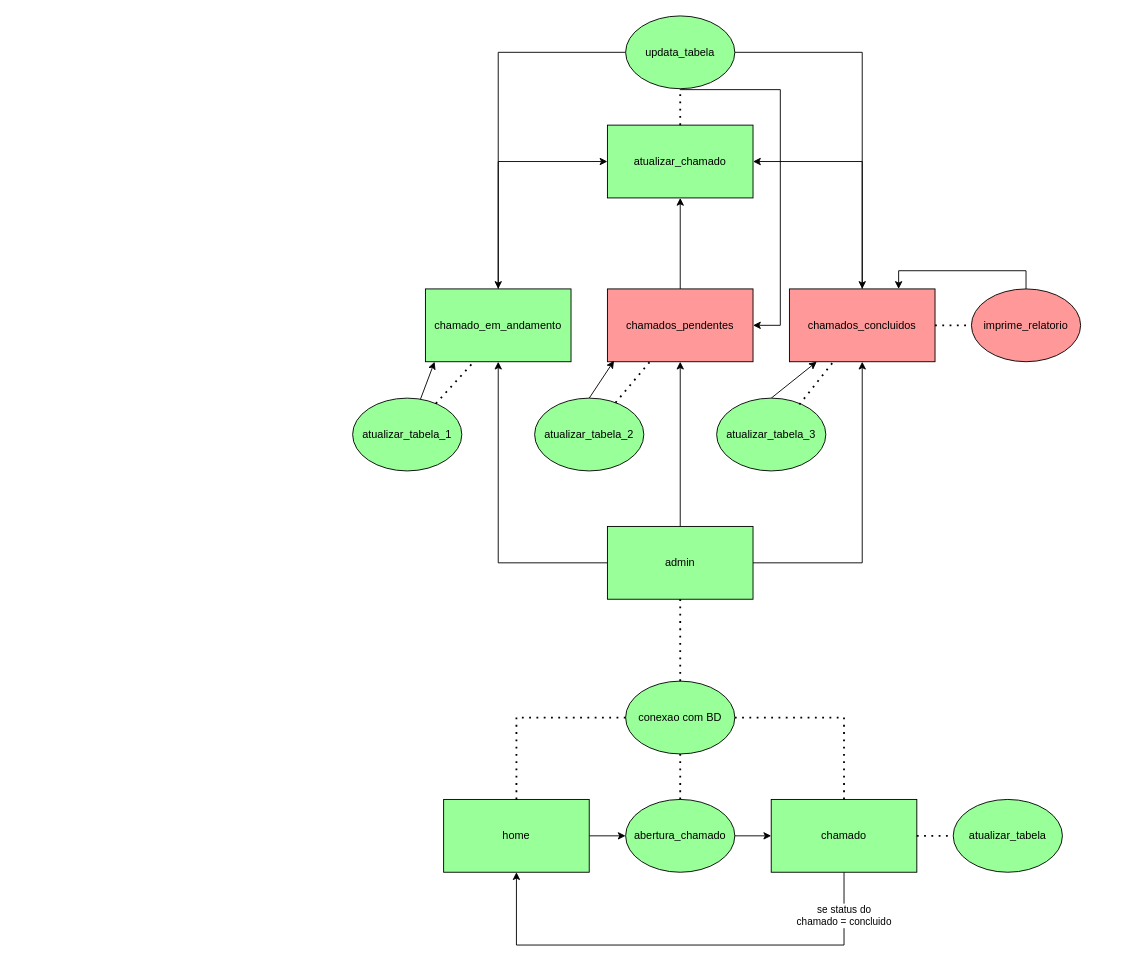
This is algoritimo_diagrama/Diagrama sem nome.drawio from Estevaoferreira/chamados_ti, a draw.io file, before an edit. Source tidied: cells renumbered, new cells numbered last; positions are measured from the earlier drawing's top-left corner, leaving out a move shared by most shapes. Both pictures are drawn from the tidied source at 91%, with x=0, y=0 at pixel (352, 15).
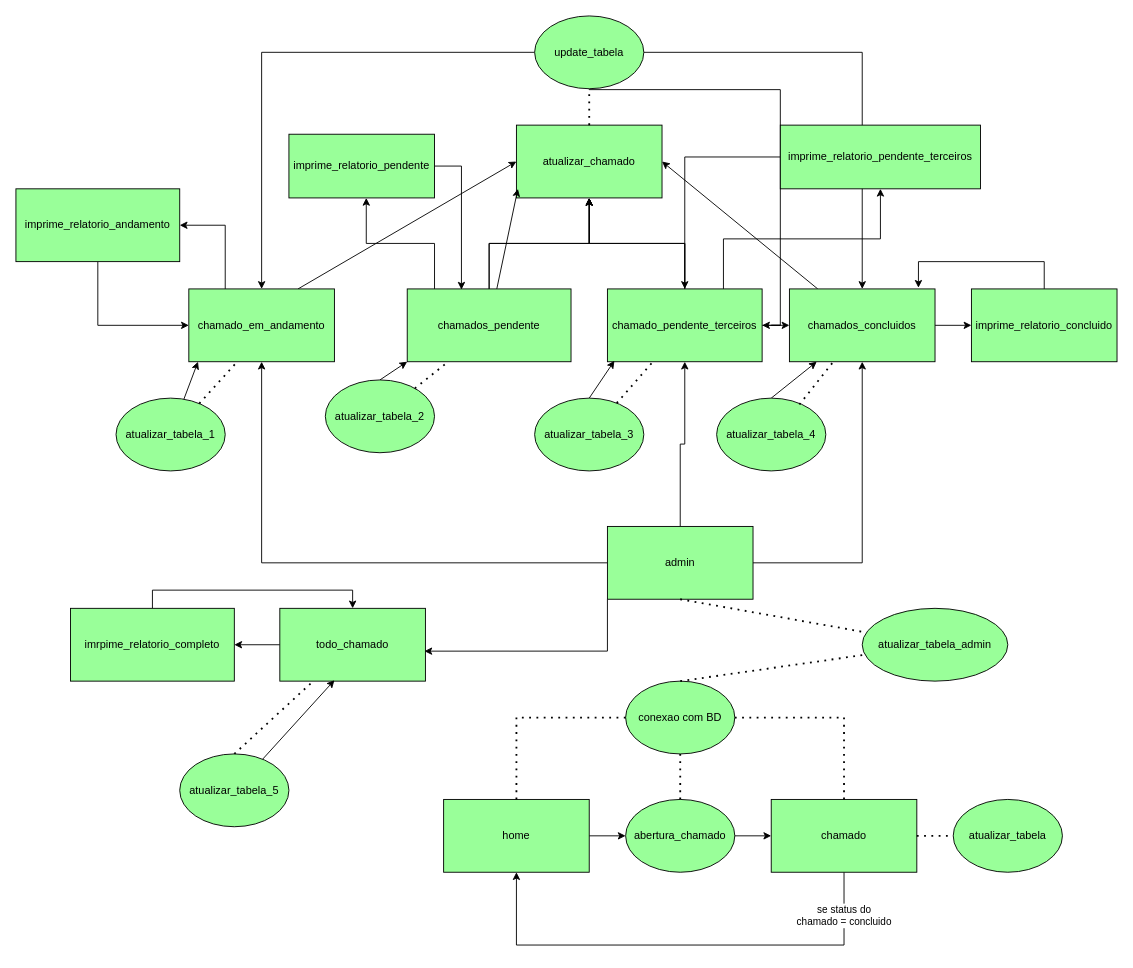
Above is the later version.

Unchanged cells that the change refers to:
```xml
<mxCell id="9" value="conexao com BD" style="ellipse;whiteSpace=wrap;html=1;rounded=0;fillColor=#99FF99;" parent="1" vertex="1">
  <mxGeometry x="300" y="731" width="120" height="80" as="geometry" />
</mxCell>
<mxCell id="18" value="admin" style="rounded=0;whiteSpace=wrap;html=1;fillColor=#99FF99;" parent="1" vertex="1">
  <mxGeometry x="280" y="561" width="160" height="80" as="geometry" />
</mxCell>
```

Change to the diagram source:
```diff
@@
+    <mxCell id="44" style="edgeStyle=orthogonalEdgeStyle;rounded=0;jettySize=auto;html=1;exitX=0;exitY=1;exitDx=0;exitDy=0;entryX=0.993;entryY=0.588;entryDx=0;entryDy=0;entryPerimeter=0;" parent="1" edge="1" source="18" target="69">
+      <mxGeometry relative="1" as="geometry">
+        <Array as="points">
+          <mxPoint x="280" y="698" />
+        </Array>
+      </mxGeometry>
+    </mxCell>
@@
-    <mxCell id="19" style="endArrow=none;dashed=1;html=1;dashPattern=1 3;strokeWidth=2;rounded=0;exitX=0.5;exitY=0;exitDx=0;exitDy=0;entryX=0.5;entryY=1;entryDx=0;entryDy=0;" parent="1" edge="1" source="9" target="18">
+    <mxCell id="19" style="endArrow=none;dashed=1;html=1;dashPattern=1 3;strokeWidth=2;rounded=0;exitX=0.5;exitY=0;exitDx=0;exitDy=0;" parent="1" edge="1" source="9" target="50">
       <mxGeometry relative="1" as="geometry" />
     </mxCell>
-    <mxCell id="20" style="edgeStyle=orthogonalEdgeStyle;rounded=0;jettySize=auto;html=1;exitX=0.5;exitY=0;exitDx=0;exitDy=0;entryX=0;entryY=0.5;entryDx=0;entryDy=0;" parent="1" edge="1" source="21" target="38">
+    <mxCell id="20" style="rounded=0;jettySize=auto;html=1;exitX=0.75;exitY=0;exitDx=0;exitDy=0;entryX=0;entryY=0.5;entryDx=0;entryDy=0;" parent="1" edge="1" source="21" target="38">
       <mxGeometry relative="1" as="geometry" />
     </mxCell>
+    <mxCell id="45" style="edgeStyle=orthogonalEdgeStyle;rounded=0;jettySize=auto;html=1;exitX=0.25;exitY=0;exitDx=0;exitDy=0;entryX=1;entryY=0.5;entryDx=0;entryDy=0;" parent="1" edge="1" source="21" target="63">
+      <mxGeometry relative="1" as="geometry" />
+    </mxCell>
     <mxCell id="21" value="chamado_em_andamento" style="rounded=0;whiteSpace=wrap;html=1;fillColor=#99FF99;" parent="1" vertex="1">
-      <mxGeometry x="80" y="300" width="160" height="80" as="geometry" />
+      <mxGeometry x="-180" y="300" width="160" height="80" as="geometry" />
     </mxCell>
@@
+    <mxCell id="46" style="edgeStyle=orthogonalEdgeStyle;rounded=0;jettySize=auto;html=1;" parent="1" edge="1" source="23" target="38">
+      <mxGeometry relative="1" as="geometry" />
+    </mxCell>
+    <mxCell id="47" style="edgeStyle=orthogonalEdgeStyle;rounded=0;jettySize=auto;html=1;" parent="1" edge="1" source="23" target="25">
+      <mxGeometry relative="1" as="geometry" />
+    </mxCell>
+    <mxCell id="48" style="edgeStyle=orthogonalEdgeStyle;rounded=0;jettySize=auto;html=1;exitX=0.75;exitY=0;exitDx=0;exitDy=0;" parent="1" edge="1" source="23" target="67">
+      <mxGeometry relative="1" as="geometry" />
+    </mxCell>
-    <mxCell id="23" value="chamados_pendentes" style="rounded=0;whiteSpace=wrap;html=1;fillColor=#FF9999;" parent="1" vertex="1">
-      <mxGeometry x="280" y="300" width="160" height="80" as="geometry" />
+    <mxCell id="23" value="chamado_pendente_terceiros" style="rounded=0;whiteSpace=wrap;html=1;fillColor=#99FF99;" parent="1" vertex="1">
+      <mxGeometry x="280" y="300" width="170" height="80" as="geometry" />
     </mxCell>
-    <mxCell id="24" style="edgeStyle=orthogonalEdgeStyle;rounded=0;jettySize=auto;html=1;entryX=1;entryY=0.5;entryDx=0;entryDy=0;" parent="1" edge="1" source="25" target="38">
-      <mxGeometry relative="1" as="geometry">
-        <Array as="points">
-          <mxPoint x="560" y="160" />
-        </Array>
-      </mxGeometry>
+    <mxCell id="24" style="rounded=0;jettySize=auto;html=1;entryX=1;entryY=0.5;entryDx=0;entryDy=0;" parent="1" edge="1" source="25" target="38">
+      <mxGeometry relative="1" as="geometry" />
     </mxCell>
+    <mxCell id="49" style="edgeStyle=orthogonalEdgeStyle;rounded=0;jettySize=auto;html=1;" parent="1" edge="1" source="25" target="61">
+      <mxGeometry relative="1" as="geometry" />
+    </mxCell>
-    <mxCell id="25" value="chamados_concluidos" style="rounded=0;whiteSpace=wrap;html=1;fillColor=#FF9999;" parent="1" vertex="1">
+    <mxCell id="25" value="chamados_concluidos" style="rounded=0;whiteSpace=wrap;html=1;fillColor=#99FF99;" parent="1" vertex="1">
       <mxGeometry x="480" y="300" width="160" height="80" as="geometry" />
     </mxCell>
@@
-    <mxCell id="27" value="atualizar_tabela_2" style="ellipse;whiteSpace=wrap;html=1;rounded=0;fillColor=#99FF99;" parent="1" vertex="1">
+    <mxCell id="27" value="atualizar_tabela_3" style="ellipse;whiteSpace=wrap;html=1;rounded=0;fillColor=#99FF99;" parent="1" vertex="1">
       <mxGeometry x="200" y="420" width="120" height="80" as="geometry" />
     </mxCell>
@@
-    <mxCell id="29" value="atualizar_tabela_3" style="ellipse;whiteSpace=wrap;html=1;rounded=0;fillColor=#99FF99;" parent="1" vertex="1">
+    <mxCell id="29" value="atualizar_tabela_4" style="ellipse;whiteSpace=wrap;html=1;rounded=0;fillColor=#99FF99;" parent="1" vertex="1">
       <mxGeometry x="400" y="420" width="120" height="80" as="geometry" />
     </mxCell>
@@
     <mxCell id="31" value="atualizar_tabela_1" style="ellipse;whiteSpace=wrap;html=1;rounded=0;fillColor=#99FF99;" parent="1" vertex="1">
-      <mxGeometry y="420" width="120" height="80" as="geometry" />
+      <mxGeometry x="-260" y="420" width="120" height="80" as="geometry" />
     </mxCell>
-    <mxCell id="32" style="edgeStyle=orthogonalEdgeStyle;rounded=0;jettySize=auto;html=1;entryX=0.75;entryY=0;entryDx=0;entryDy=0;fillColor=#FF9999;" parent="1" edge="1" source="33" target="25">
-      <mxGeometry relative="1" as="geometry">
-        <Array as="points">
-          <mxPoint x="740" y="280" />
-          <mxPoint x="600" y="280" />
-        </Array>
-      </mxGeometry>
-    </mxCell>
-    <mxCell id="33" value="imprime_relatorio" style="ellipse;whiteSpace=wrap;html=1;fillColor=#FF9999;rounded=0;" parent="1" vertex="1">
-      <mxGeometry x="680" y="300" width="120" height="80" as="geometry" />
-    </mxCell>
-    <mxCell id="34" style="endArrow=none;dashed=1;html=1;dashPattern=1 3;strokeWidth=2;rounded=0;fillColor=#FF9999;" parent="1" edge="1" source="25" target="33">
-      <mxGeometry relative="1" as="geometry" />
-    </mxCell>
@@
     <mxCell id="38" value="atualizar_chamado" style="rounded=0;whiteSpace=wrap;html=1;fillColor=#99FF99;" parent="1" vertex="1">
-      <mxGeometry x="280" y="120" width="160" height="80" as="geometry" />
+      <mxGeometry x="180" y="120" width="160" height="80" as="geometry" />
     </mxCell>
@@
-    <mxCell id="42" value="updata_tabela" style="ellipse;whiteSpace=wrap;html=1;rounded=0;fillColor=#99FF99;" parent="1" vertex="1">
-      <mxGeometry x="300" width="120" height="80" as="geometry" />
+    <mxCell id="42" value="update_tabela" style="ellipse;whiteSpace=wrap;html=1;rounded=0;fillColor=#99FF99;" parent="1" vertex="1">
+      <mxGeometry x="200" width="120" height="80" as="geometry" />
     </mxCell>
@@
+    <mxCell id="50" value="atualizar_tabela_admin" style="ellipse;whiteSpace=wrap;html=1;rounded=0;fillColor=#99FF99;" parent="1" vertex="1">
+      <mxGeometry x="560" y="651" width="160" height="80" as="geometry" />
+    </mxCell>
+    <mxCell id="51" style="endArrow=none;dashed=1;html=1;dashPattern=1 3;strokeWidth=2;rounded=0;exitX=0.5;exitY=1;exitDx=0;exitDy=0;" parent="1" edge="1" source="18" target="50">
+      <mxGeometry relative="1" as="geometry" />
+    </mxCell>
+    <mxCell id="52" style="rounded=0;jettySize=auto;html=1;entryX=0.01;entryY=0.875;entryDx=0;entryDy=0;entryPerimeter=0;" parent="1" edge="1" source="56" target="38">
+      <mxGeometry relative="1" as="geometry" />
+    </mxCell>
+    <mxCell id="53" style="edgeStyle=orthogonalEdgeStyle;rounded=0;jettySize=auto;html=1;" parent="1" edge="1" source="56" target="38">
+      <mxGeometry relative="1" as="geometry" />
+    </mxCell>
+    <mxCell id="54" style="edgeStyle=orthogonalEdgeStyle;rounded=0;jettySize=auto;html=1;" parent="1" edge="1" source="56" target="38">
+      <mxGeometry relative="1" as="geometry" />
+    </mxCell>
+    <mxCell id="55" style="edgeStyle=orthogonalEdgeStyle;rounded=0;jettySize=auto;html=1;" parent="1" edge="1" source="56" target="65">
+      <mxGeometry relative="1" as="geometry">
+        <Array as="points">
+          <mxPoint x="90" y="250" />
+          <mxPoint x="15" y="250" />
+        </Array>
+      </mxGeometry>
+    </mxCell>
+    <mxCell id="56" value="chamados_pendente" style="rounded=0;whiteSpace=wrap;html=1;fillColor=#99FF99;" parent="1" vertex="1">
+      <mxGeometry x="60" y="300" width="180" height="80" as="geometry" />
+    </mxCell>
+    <mxCell id="57" style="rounded=0;jettySize=auto;html=1;exitX=0.5;exitY=0;exitDx=0;exitDy=0;entryX=0;entryY=1;entryDx=0;entryDy=0;" parent="1" edge="1" source="58" target="56">
+      <mxGeometry relative="1" as="geometry" />
+    </mxCell>
+    <mxCell id="58" value="atualizar_tabela_2" style="ellipse;whiteSpace=wrap;html=1;rounded=0;fillColor=#99FF99;" parent="1" vertex="1">
+      <mxGeometry x="-30" y="400" width="120" height="80" as="geometry" />
+    </mxCell>
+    <mxCell id="59" style="endArrow=none;dashed=1;html=1;dashPattern=1 3;strokeWidth=2;rounded=0;entryX=0.25;entryY=1;entryDx=0;entryDy=0;" parent="1" edge="1" source="58" target="56">
+      <mxGeometry relative="1" as="geometry" />
+    </mxCell>
+    <mxCell id="60" style="edgeStyle=orthogonalEdgeStyle;rounded=0;jettySize=auto;html=1;entryX=0.886;entryY=-0.016;entryDx=0;entryDy=0;entryPerimeter=0;" parent="1" edge="1" source="61" target="25">
+      <mxGeometry relative="1" as="geometry">
+        <Array as="points">
+          <mxPoint x="760" y="270" />
+          <mxPoint x="622" y="270" />
+        </Array>
+      </mxGeometry>
+    </mxCell>
+    <mxCell id="61" value="imprime_relatorio_concluido" style="whiteSpace=wrap;html=1;fillColor=#99FF99;rounded=0;" parent="1" vertex="1">
+      <mxGeometry x="680" y="300" width="160" height="80" as="geometry" />
+    </mxCell>
+    <mxCell id="62" style="edgeStyle=orthogonalEdgeStyle;rounded=0;jettySize=auto;html=1;entryX=0;entryY=0.5;entryDx=0;entryDy=0;" parent="1" edge="1" source="63" target="21">
+      <mxGeometry relative="1" as="geometry">
+        <Array as="points">
+          <mxPoint x="-280" y="340" />
+        </Array>
+      </mxGeometry>
+    </mxCell>
+    <mxCell id="63" value="imprime_relatorio_andamento" style="rounded=0;whiteSpace=wrap;html=1;fillColor=#99FF99;" parent="1" vertex="1">
+      <mxGeometry x="-370" y="190" width="180" height="80" as="geometry" />
+    </mxCell>
+    <mxCell id="64" style="edgeStyle=orthogonalEdgeStyle;rounded=0;jettySize=auto;html=1;exitX=1;exitY=0.5;exitDx=0;exitDy=0;entryX=0.331;entryY=0.01;entryDx=0;entryDy=0;entryPerimeter=0;" parent="1" edge="1" source="65" target="56">
+      <mxGeometry relative="1" as="geometry" />
+    </mxCell>
+    <mxCell id="65" value="imprime_relatorio_pendente" style="rounded=0;whiteSpace=wrap;html=1;fillColor=#99FF99;" parent="1" vertex="1">
+      <mxGeometry x="-70" y="130" width="160" height="70" as="geometry" />
+    </mxCell>
+    <mxCell id="66" style="edgeStyle=orthogonalEdgeStyle;rounded=0;jettySize=auto;html=1;exitX=0;exitY=0.5;exitDx=0;exitDy=0;" parent="1" edge="1" source="67" target="23">
+      <mxGeometry relative="1" as="geometry" />
+    </mxCell>
+    <mxCell id="67" value="imprime_relatorio_pendente_terceiros" style="rounded=0;whiteSpace=wrap;html=1;fillColor=#99FF99;" parent="1" vertex="1">
+      <mxGeometry x="470" y="120" width="220" height="70" as="geometry" />
+    </mxCell>
+    <mxCell id="68" style="edgeStyle=orthogonalEdgeStyle;rounded=0;jettySize=auto;html=1;entryX=1;entryY=0.5;entryDx=0;entryDy=0;" parent="1" edge="1" source="69" target="73">
+      <mxGeometry relative="1" as="geometry" />
+    </mxCell>
+    <mxCell id="69" value="todo_chamado" style="rounded=0;whiteSpace=wrap;html=1;fillColor=#99FF99;" parent="1" vertex="1">
+      <mxGeometry x="-80" y="651" width="160" height="80" as="geometry" />
+    </mxCell>
+    <mxCell id="70" style="rounded=0;jettySize=auto;html=1;entryX=0.375;entryY=0.987;entryDx=0;entryDy=0;entryPerimeter=0;" parent="1" edge="1" source="71" target="69">
+      <mxGeometry relative="1" as="geometry" />
+    </mxCell>
+    <mxCell id="71" value="atualizar_tabela_5" style="ellipse;whiteSpace=wrap;html=1;rounded=0;fillColor=#99FF99;" parent="1" vertex="1">
+      <mxGeometry x="-190" y="811" width="120" height="80" as="geometry" />
+    </mxCell>
+    <mxCell id="72" style="edgeStyle=orthogonalEdgeStyle;rounded=0;jettySize=auto;html=1;entryX=0.5;entryY=0;entryDx=0;entryDy=0;" parent="1" edge="1" source="73" target="69">
+      <mxGeometry relative="1" as="geometry">
+        <Array as="points">
+          <mxPoint x="-220" y="631" />
+          <mxPoint y="631" />
+        </Array>
+      </mxGeometry>
+    </mxCell>
+    <mxCell id="73" value="imrpime_relatorio_completo" style="rounded=0;whiteSpace=wrap;html=1;fillColor=#99FF99;" parent="1" vertex="1">
+      <mxGeometry x="-310" y="651" width="180" height="80" as="geometry" />
+    </mxCell>
+    <mxCell id="74" style="endArrow=none;dashed=1;html=1;dashPattern=1 3;strokeWidth=2;rounded=0;exitX=0.5;exitY=0;exitDx=0;exitDy=0;" parent="1" edge="1" source="71" target="69">
+      <mxGeometry relative="1" as="geometry" />
+    </mxCell>
```
